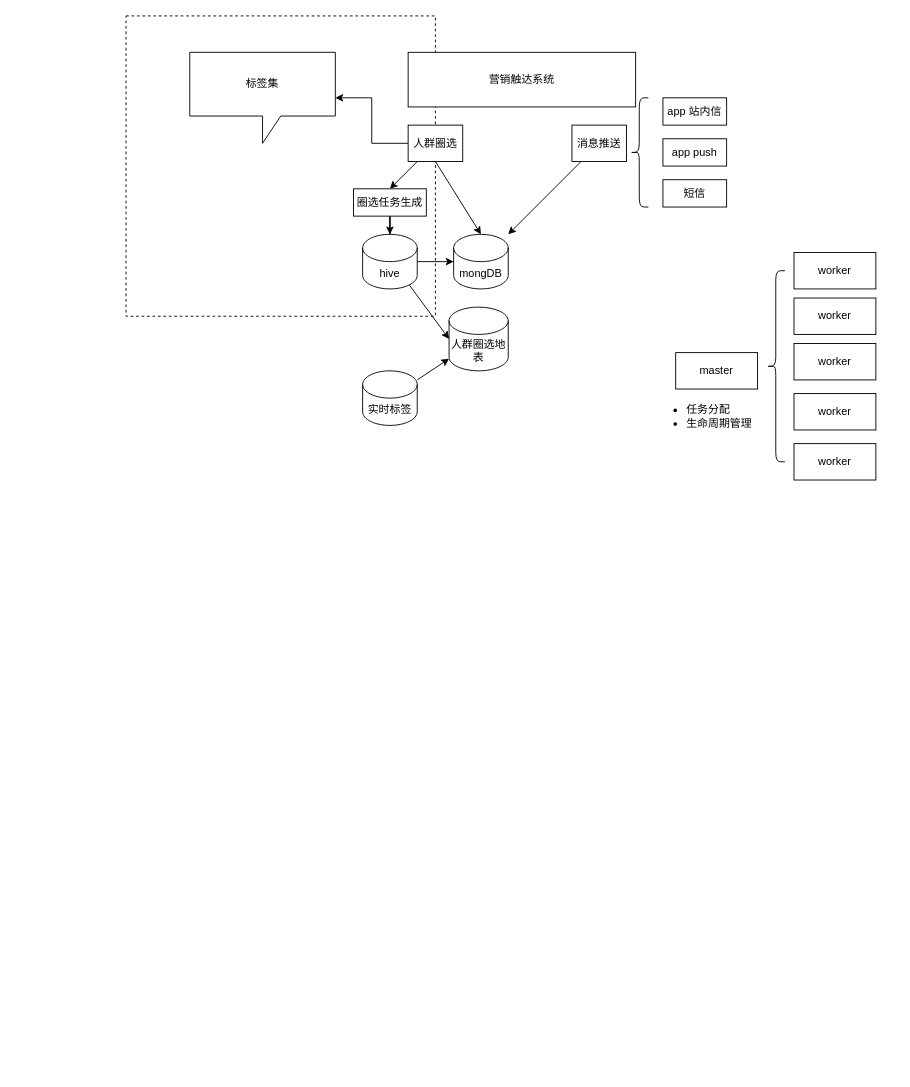
Earlier version of the draw.io diagram 未命名绘图.drawio (ShayneL/-). Source tidied: cells renumbered, new cells numbered last; positions are measured from the earlier drawing's top-left corner, leaving out a move shared by most shapes. Both pictures are drawn from the tidied source at 91%, with x=0, y=0 at pixel (126, 15).
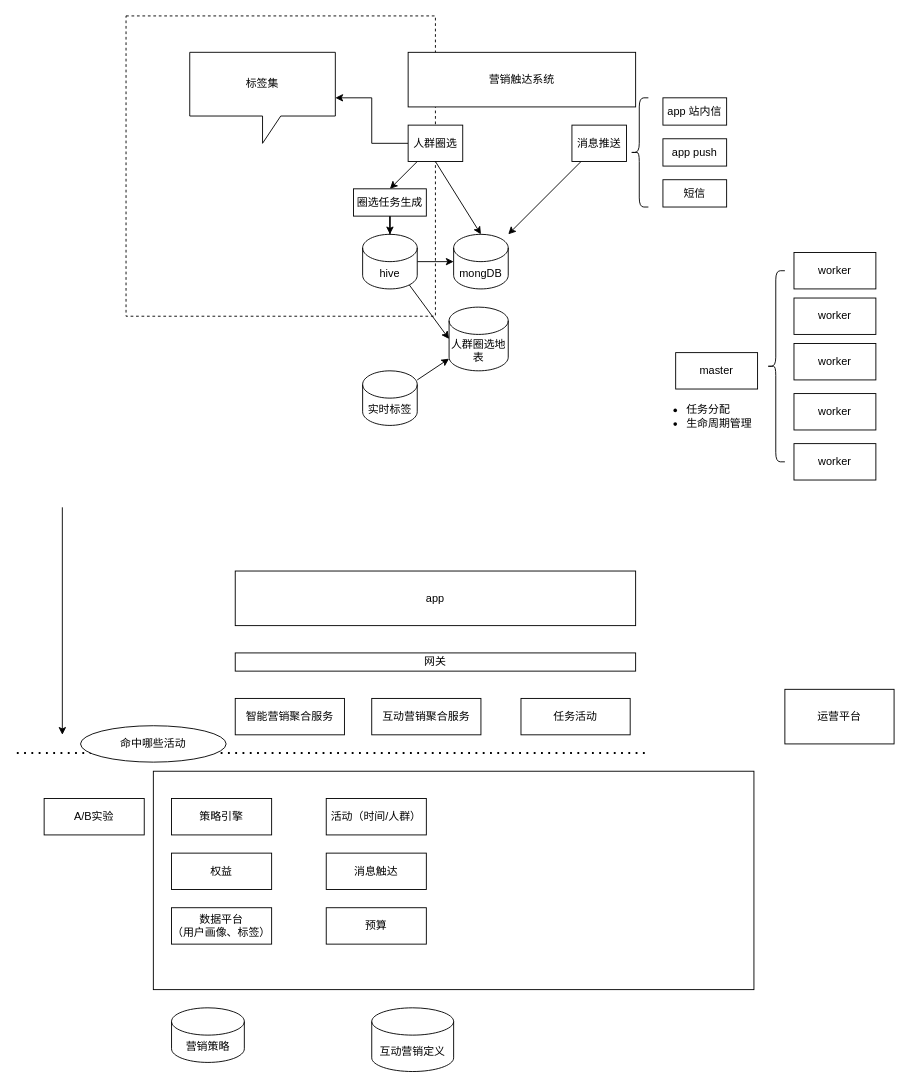
The same diagram, later.

Commit message:
更新未命名绘图.drawio

Diff of the diagram source:
```diff
@@
+    <mxCell id="32" style="rounded=0;whiteSpace=wrap;html=1;" parent="1" vertex="1">
+      <mxGeometry x="30" y="830" width="660" height="240" as="geometry" />
+    </mxCell>
@@
+    <mxCell id="33" value="网关" style="rounded=0;whiteSpace=wrap;html=1;" parent="1" vertex="1">
+      <mxGeometry x="120" y="700" width="440" height="20" as="geometry" />
+    </mxCell>
+    <mxCell id="34" value="智能营销聚合服务" style="rounded=0;whiteSpace=wrap;html=1;" parent="1" vertex="1">
+      <mxGeometry x="120" y="750" width="120" height="40" as="geometry" />
+    </mxCell>
+    <mxCell id="35" value="互动营销聚合服务" style="rounded=0;whiteSpace=wrap;html=1;" parent="1" vertex="1">
+      <mxGeometry x="270" y="750" width="120" height="40" as="geometry" />
+    </mxCell>
+    <mxCell id="36" style="endArrow=none;dashed=1;html=1;dashPattern=1 3;strokeWidth=2;rounded=0;" parent="1" edge="1">
+      <mxGeometry relative="1" as="geometry">
+        <mxPoint x="-120" y="810" as="sourcePoint" />
+        <mxPoint x="570" y="810" as="targetPoint" />
+      </mxGeometry>
+    </mxCell>
+    <mxCell id="37" value="活动（时间/人群）" style="rounded=0;whiteSpace=wrap;html=1;" parent="1" vertex="1">
+      <mxGeometry x="220" y="860" width="110" height="40" as="geometry" />
+    </mxCell>
+    <mxCell id="38" value="预算" style="rounded=0;whiteSpace=wrap;html=1;" parent="1" vertex="1">
+      <mxGeometry x="220" y="980" width="110" height="40" as="geometry" />
+    </mxCell>
+    <mxCell id="39" value="权益" style="rounded=0;whiteSpace=wrap;html=1;" parent="1" vertex="1">
+      <mxGeometry x="50" y="920" width="110" height="40" as="geometry" />
+    </mxCell>
+    <mxCell id="40" value="&lt;div&gt;数据平台&lt;/div&gt;&lt;div&gt;（用户画像、标签）&lt;br&gt;&lt;/div&gt;" style="rounded=0;whiteSpace=wrap;html=1;" parent="1" vertex="1">
+      <mxGeometry x="50" y="980" width="110" height="40" as="geometry" />
+    </mxCell>
+    <mxCell id="41" value="消息触达" style="rounded=0;whiteSpace=wrap;html=1;" parent="1" vertex="1">
+      <mxGeometry x="220" y="920" width="110" height="40" as="geometry" />
+    </mxCell>
+    <mxCell id="42" value="A/B实验" style="rounded=0;whiteSpace=wrap;html=1;" parent="1" vertex="1">
+      <mxGeometry x="-90" y="860" width="110" height="40" as="geometry" />
+    </mxCell>
+    <mxCell id="43" value="策略引擎" style="rounded=0;whiteSpace=wrap;html=1;" parent="1" vertex="1">
+      <mxGeometry x="50" y="860" width="110" height="40" as="geometry" />
+    </mxCell>
+    <mxCell id="44" value="任务活动" style="rounded=0;whiteSpace=wrap;html=1;" parent="1" vertex="1">
+      <mxGeometry x="434" y="750" width="120" height="40" as="geometry" />
+    </mxCell>
+    <mxCell id="45" value="app" style="rounded=0;whiteSpace=wrap;html=1;" parent="1" vertex="1">
+      <mxGeometry x="120" y="610" width="440" height="60" as="geometry" />
+    </mxCell>
+    <mxCell id="46" value="互动营销定义" style="shape=cylinder3;whiteSpace=wrap;html=1;boundedLbl=1;backgroundOutline=1;size=15;" parent="1" vertex="1">
+      <mxGeometry x="270" y="1090" width="90" height="70" as="geometry" />
+    </mxCell>
+    <mxCell id="47" value="营销策略" style="shape=cylinder3;whiteSpace=wrap;html=1;boundedLbl=1;backgroundOutline=1;size=15;" parent="1" vertex="1">
+      <mxGeometry x="50" y="1090" width="80" height="60" as="geometry" />
+    </mxCell>
+    <mxCell id="48" value="运营平台" style="rounded=0;whiteSpace=wrap;html=1;" parent="1" vertex="1">
+      <mxGeometry x="724" y="740" width="120" height="60" as="geometry" />
+    </mxCell>
+    <mxCell id="49" style="endArrow=classic;html=1;rounded=0;" parent="1" edge="1">
+      <mxGeometry relative="1" as="geometry">
+        <mxPoint x="-70" y="540" as="sourcePoint" />
+        <mxPoint x="-70" y="790" as="targetPoint" />
+      </mxGeometry>
+    </mxCell>
+    <mxCell id="50" value="命中哪些活动" style="ellipse;whiteSpace=wrap;html=1;" parent="1" vertex="1">
+      <mxGeometry x="-50" y="780" width="160" height="40" as="geometry" />
+    </mxCell>
```
